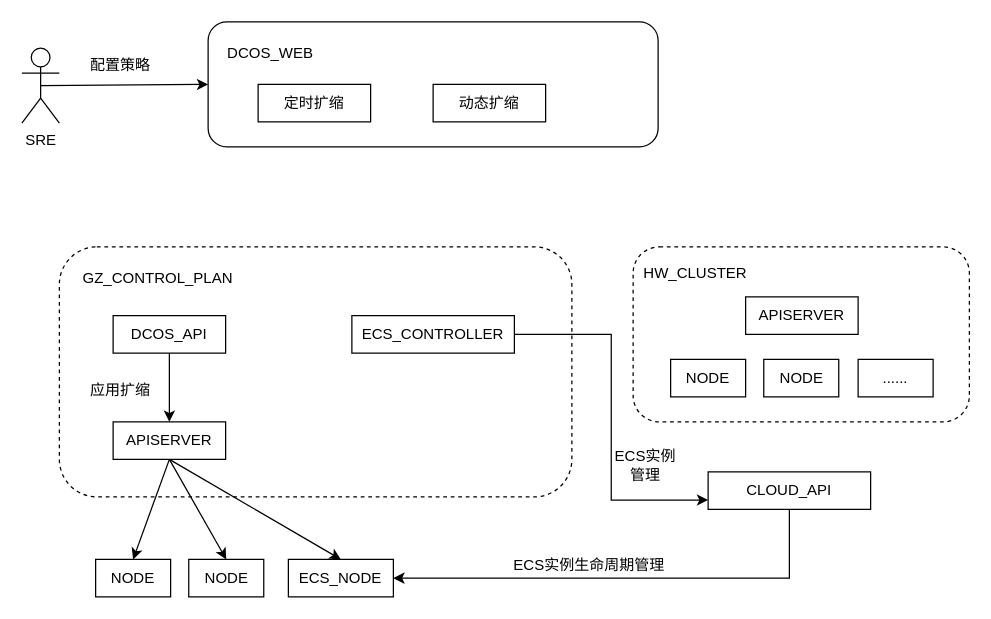
Before: mixed-cloud-schedule.drawio in Mr-lixh/diagrams, a draw.io diagram. Source tidied: cells renumbered, new cells numbered last; positions are measured from the earlier drawing's top-left corner, leaving out a move shared by most shapes. Both pictures are drawn from the tidied source at 125%, with x=0, y=0 at pixel (21, 21).
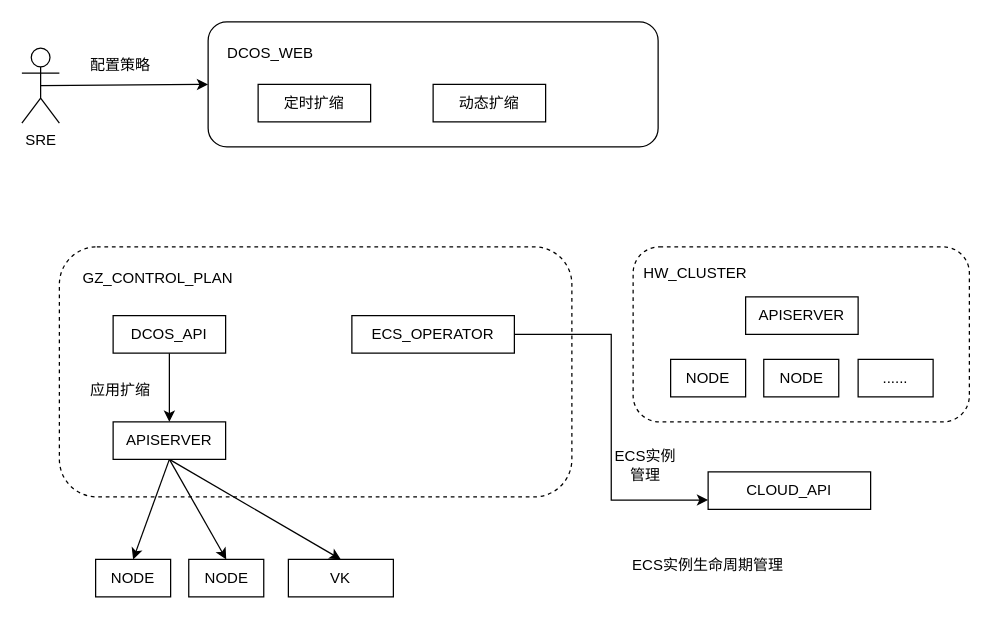
Above is the later version.

The change refers to these unchanged cells:
```xml
<mxCell id="8" value="CLOUD_API" style="rounded=0;whiteSpace=wrap;html=1;" parent="1" vertex="1">
  <mxGeometry x="549" y="360" width="130" height="30" as="geometry" />
</mxCell>
```

The edit, as a diff of the source:
```diff
@@
-    <mxCell id="7" style="edgeStyle=orthogonalEdgeStyle;rounded=0;jettySize=auto;html=1;exitX=0.5;exitY=1;exitDx=0;exitDy=0;entryX=1;entryY=0.5;entryDx=0;entryDy=0;" parent="1" edge="1" source="8" target="31">
-      <mxGeometry relative="1" as="geometry" />
-    </mxCell>
@@
-    <mxCell id="21" value="ECS_CONTROLLER" style="rounded=0;whiteSpace=wrap;html=1;" parent="1" vertex="1">
+    <mxCell id="21" value="ECS_OPERATOR" style="rounded=0;whiteSpace=wrap;html=1;" parent="1" vertex="1">
       <mxGeometry x="264" y="235" width="130" height="30" as="geometry" />
     </mxCell>
@@
-    <mxCell id="31" value="ECS_NODE" style="rounded=0;whiteSpace=wrap;html=1;" parent="1" vertex="1">
+    <mxCell id="31" value="VK" style="rounded=0;whiteSpace=wrap;html=1;" parent="1" vertex="1">
       <mxGeometry x="213.2" y="430" width="84" height="30" as="geometry" />
     </mxCell>
     <mxCell id="32" value="ECS实例生命周期管理" style="text;html=1;strokeColor=none;fillColor=none;align=center;verticalAlign=middle;whiteSpace=wrap;rounded=0;dashed=1;" parent="1" vertex="1">
-      <mxGeometry x="389" y="420" width="130" height="30" as="geometry" />
+      <mxGeometry x="484" y="420" width="130" height="30" as="geometry" />
     </mxCell>
```
